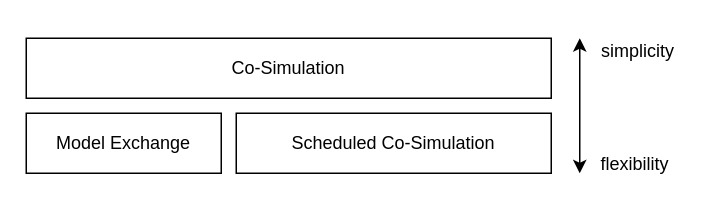
The draw.io diagram docs/3.0-dev/images/fmi-types-overview.drawio in modelica/fmi-standard.org, before the edit. Source tidied: cells renumbered, new cells numbered last; positions are measured from the earlier drawing's top-left corner, leaving out a move shared by most shapes. Both pictures are drawn from the tidied source at 150%, with x=0, y=0 at pixel (26, 36).
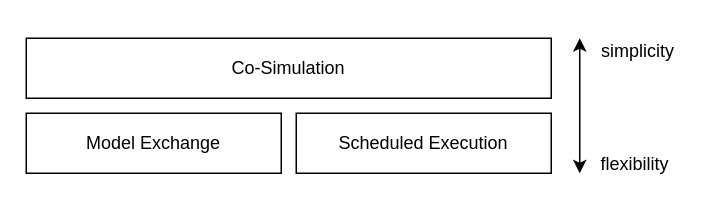
The same page after the edit.

Commit message (it also covers changes not shown here):
Update generated specification from fmi-standard (6c8fefc)

The edit, as a diff of the source:
```diff
@@
 <mxGraphModel>
   <root>
     <mxCell id="0" />
     <mxCell id="1" parent="0" />
     <mxCell id="2" value="&lt;span style=&quot;white-space: normal&quot;&gt;Co-Simulation&lt;/span&gt;" style="rounded=0;whiteSpace=wrap;html=1;" parent="1" vertex="1">
       <mxGeometry y="1" width="350" height="40" as="geometry" />
     </mxCell>
     <mxCell id="3" value="Model Exchange" style="rounded=0;whiteSpace=wrap;html=1;" parent="1" vertex="1">
-      <mxGeometry y="51" width="130" height="40" as="geometry" />
+      <mxGeometry y="51" width="170" height="40" as="geometry" />
     </mxCell>
-    <mxCell id="4" value="Scheduled Co-Simulation" style="rounded=0;whiteSpace=wrap;html=1;" parent="1" vertex="1">
-      <mxGeometry x="140" y="51" width="210" height="40" as="geometry" />
+    <mxCell id="4" value="Scheduled Execution" style="rounded=0;whiteSpace=wrap;html=1;" parent="1" vertex="1">
+      <mxGeometry x="180" y="51" width="170" height="40" as="geometry" />
     </mxCell>
     <mxCell id="5" style="endArrow=classic;startArrow=classic;html=1;" parent="1" edge="1">
       <mxGeometry relative="1" as="geometry">
         <mxPoint x="369" y="91" as="sourcePoint" />
         <mxPoint x="369" y="1" as="targetPoint" />
       </mxGeometry>
     </mxCell>
     <mxCell id="6" value="simplicity" style="text;html=1;strokeColor=none;fillColor=none;align=center;verticalAlign=middle;whiteSpace=wrap;rounded=0;" parent="1" vertex="1">
       <mxGeometry x="388" width="40" height="20" as="geometry" />
     </mxCell>
     <mxCell id="7" value="flexibility" style="text;html=1;strokeColor=none;fillColor=none;align=center;verticalAlign=middle;whiteSpace=wrap;rounded=0;" parent="1" vertex="1">
       <mxGeometry x="386" y="75" width="40" height="20" as="geometry" />
     </mxCell>
   </root>
 </mxGraphModel>
```
